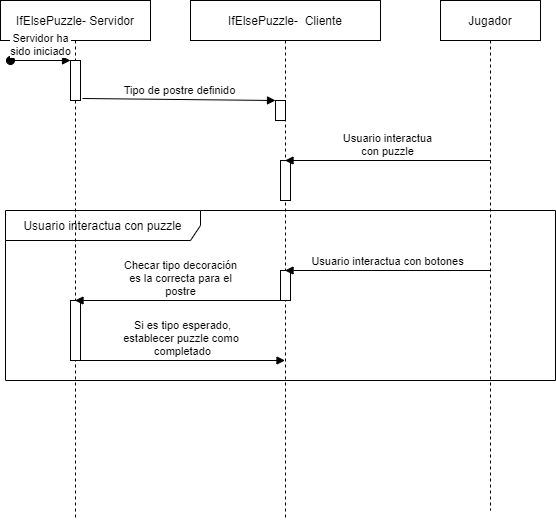
Above: images/DiagramaSecuenciaPuzzleIfElse.png in SaulNunez/MiProyectoDeTitulacion (draw.io), before the change. Source tidied: cells renumbered, new cells last; positions are measured from the earlier drawing's top-left corner, leaving out a move shared by most shapes. Its diagram source:
```xml
<mxGraphModel>
  <root>
    <mxCell id="0" />
    <mxCell id="1" parent="0" />
    <mxCell id="2" value="Usuario interactua con puzzle" style="shape=umlFrame;whiteSpace=wrap;html=1;width=195;height=30;" parent="1" vertex="1">
      <mxGeometry x="5" y="210" width="550" height="170" as="geometry" />
    </mxCell>
    <mxCell id="3" value="IfElsePuzzle- Servidor" style="shape=umlLifeline;perimeter=lifelinePerimeter;whiteSpace=wrap;html=1;outlineConnect=0;" parent="1" vertex="1">
      <mxGeometry width="150" height="520" as="geometry" />
    </mxCell>
    <mxCell id="4" style="html=1;points=[];perimeter=orthogonalPerimeter;" parent="3" vertex="1">
      <mxGeometry x="70" y="60" width="10" height="40" as="geometry" />
    </mxCell>
    <mxCell id="5" value="Servidor ha&lt;br&gt;sido iniciado" style="html=1;verticalAlign=bottom;startArrow=oval;endArrow=block;startSize=8;" parent="3" edge="1" target="4">
      <mxGeometry relative="1" as="geometry">
        <mxPoint x="10" y="60" as="sourcePoint" />
      </mxGeometry>
    </mxCell>
    <mxCell id="6" style="html=1;perimeter=orthogonalPerimeter;" parent="3" vertex="1">
      <mxGeometry x="70" y="300" width="10" height="60" as="geometry" />
    </mxCell>
    <mxCell id="7" value="Si es tipo esperado,&lt;br&gt;establecer puzzle como&amp;nbsp;&lt;br&gt;completado" style="html=1;verticalAlign=bottom;endArrow=block;" parent="3" edge="1" target="8">
      <mxGeometry relative="1" as="geometry">
        <mxPoint x="80" y="360" as="sourcePoint" />
      </mxGeometry>
    </mxCell>
    <mxCell id="8" value="IfElsePuzzle-&amp;nbsp; Cliente" style="shape=umlLifeline;perimeter=lifelinePerimeter;whiteSpace=wrap;html=1;outlineConnect=0;" parent="1" vertex="1">
      <mxGeometry x="190" width="190" height="520" as="geometry" />
    </mxCell>
    <mxCell id="9" style="html=1;perimeter=orthogonalPerimeter;" parent="8" vertex="1">
      <mxGeometry x="90" y="160" width="10" height="40" as="geometry" />
    </mxCell>
    <mxCell id="10" style="html=1;perimeter=orthogonalPerimeter;" parent="8" vertex="1">
      <mxGeometry x="90" y="270" width="10" height="30" as="geometry" />
    </mxCell>
    <mxCell id="11" value="Jugador" style="shape=umlLifeline;perimeter=lifelinePerimeter;whiteSpace=wrap;html=1;" parent="1" vertex="1">
      <mxGeometry x="440" width="100" height="510" as="geometry" />
    </mxCell>
    <mxCell id="12" value="Usuario interactua&lt;br&gt;con puzzle" style="html=1;verticalAlign=bottom;endArrow=block;" parent="1" edge="1" target="8">
      <mxGeometry relative="1" as="geometry">
        <mxPoint x="490" y="160" as="sourcePoint" />
      </mxGeometry>
    </mxCell>
    <mxCell id="13" style="html=1;points=[];perimeter=orthogonalPerimeter;" parent="1" vertex="1">
      <mxGeometry x="275" y="100" width="10" height="20" as="geometry" />
    </mxCell>
    <mxCell id="14" value="Tipo de postre definido" style="html=1;verticalAlign=bottom;endArrow=block;exitX=1.2;exitY=0.95;exitDx=0;exitDy=0;exitPerimeter=0;" parent="1" edge="1" source="4" target="13">
      <mxGeometry relative="1" as="geometry" />
    </mxCell>
    <mxCell id="15" value="Usuario interactua con botones" style="html=1;verticalAlign=bottom;endArrow=block;" parent="1" edge="1" target="8">
      <mxGeometry relative="1" as="geometry">
        <mxPoint x="490" y="270" as="sourcePoint" />
      </mxGeometry>
    </mxCell>
    <mxCell id="16" value="Checar tipo decoración&lt;br&gt;es la correcta para el&lt;br&gt;postre" style="html=1;verticalAlign=bottom;endArrow=block;" parent="1" edge="1" target="3">
      <mxGeometry relative="1" as="geometry">
        <mxPoint x="285" y="300" as="sourcePoint" />
      </mxGeometry>
    </mxCell>
  </root>
</mxGraphModel>
```
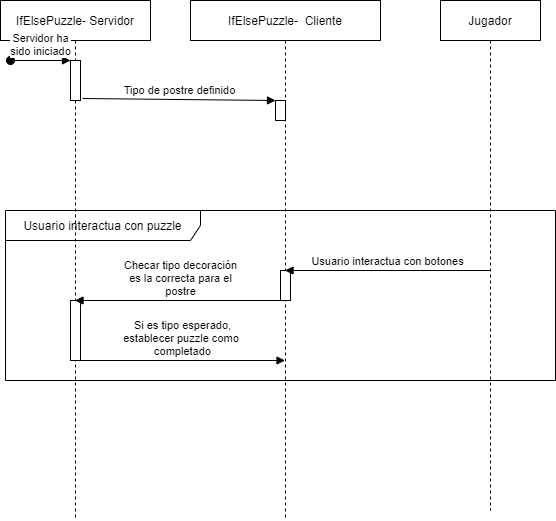
The same file after the commit.

Change to the diagram source:
```diff
@@ -27,20 +27,12 @@
     <mxCell id="8" value="IfElsePuzzle-&amp;nbsp; Cliente" style="shape=umlLifeline;perimeter=lifelinePerimeter;whiteSpace=wrap;html=1;outlineConnect=0;" parent="1" vertex="1">
       <mxGeometry x="190" width="190" height="520" as="geometry" />
     </mxCell>
-    <mxCell id="9" style="html=1;perimeter=orthogonalPerimeter;" parent="8" vertex="1">
-      <mxGeometry x="90" y="160" width="10" height="40" as="geometry" />
-    </mxCell>
     <mxCell id="10" style="html=1;perimeter=orthogonalPerimeter;" parent="8" vertex="1">
       <mxGeometry x="90" y="270" width="10" height="30" as="geometry" />
     </mxCell>
     <mxCell id="11" value="Jugador" style="shape=umlLifeline;perimeter=lifelinePerimeter;whiteSpace=wrap;html=1;" parent="1" vertex="1">
       <mxGeometry x="440" width="100" height="510" as="geometry" />
     </mxCell>
-    <mxCell id="12" value="Usuario interactua&lt;br&gt;con puzzle" style="html=1;verticalAlign=bottom;endArrow=block;" parent="1" edge="1" target="8">
-      <mxGeometry relative="1" as="geometry">
-        <mxPoint x="490" y="160" as="sourcePoint" />
-      </mxGeometry>
-    </mxCell>
     <mxCell id="13" style="html=1;points=[];perimeter=orthogonalPerimeter;" parent="1" vertex="1">
       <mxGeometry x="275" y="100" width="10" height="20" as="geometry" />
     </mxCell>
```
